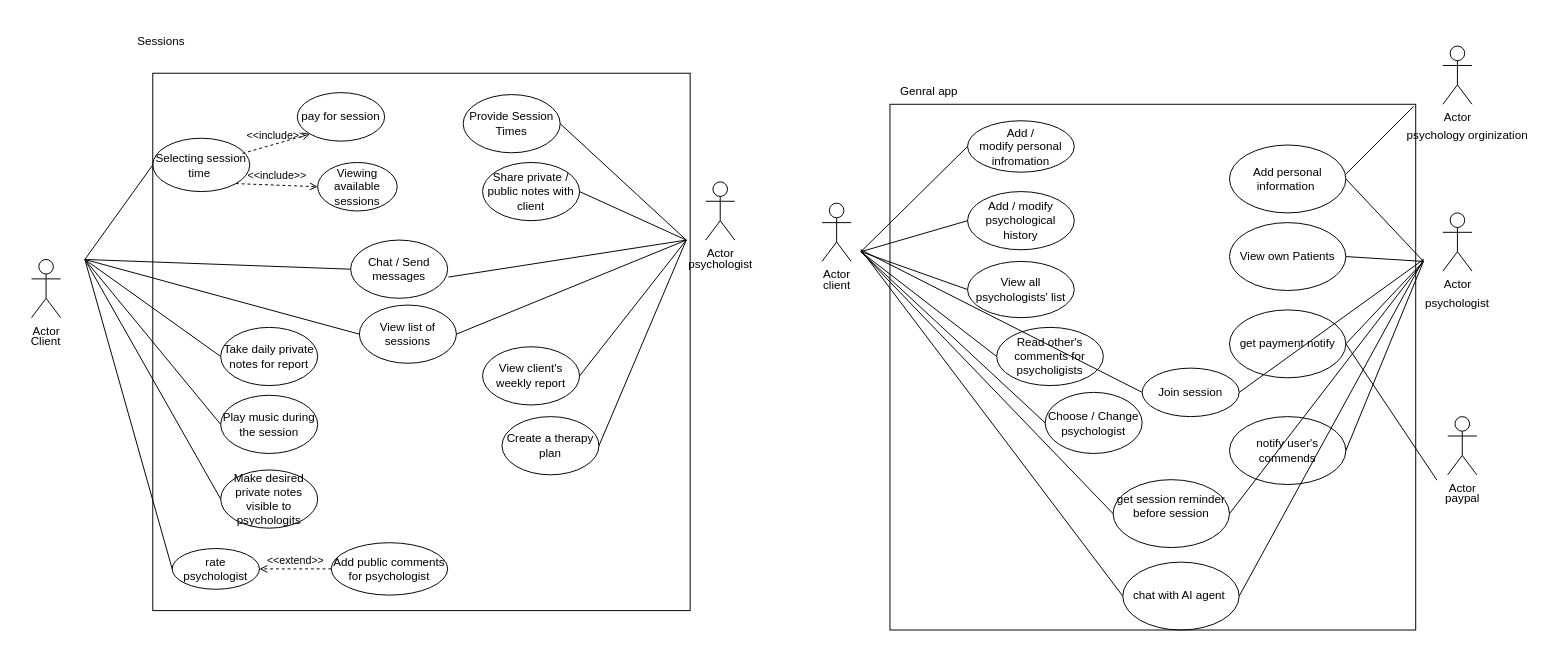
This is uml.drawio from kiananasiri/MyProcessor, a draw.io file, before an edit. Source tidied: cells renumbered, new cells numbered last; positions are measured from the earlier drawing's top-left corner, leaving out a move shared by most shapes. Both pictures are drawn from the tidied source at 97%, with x=0, y=0 at pixel (16, 26).
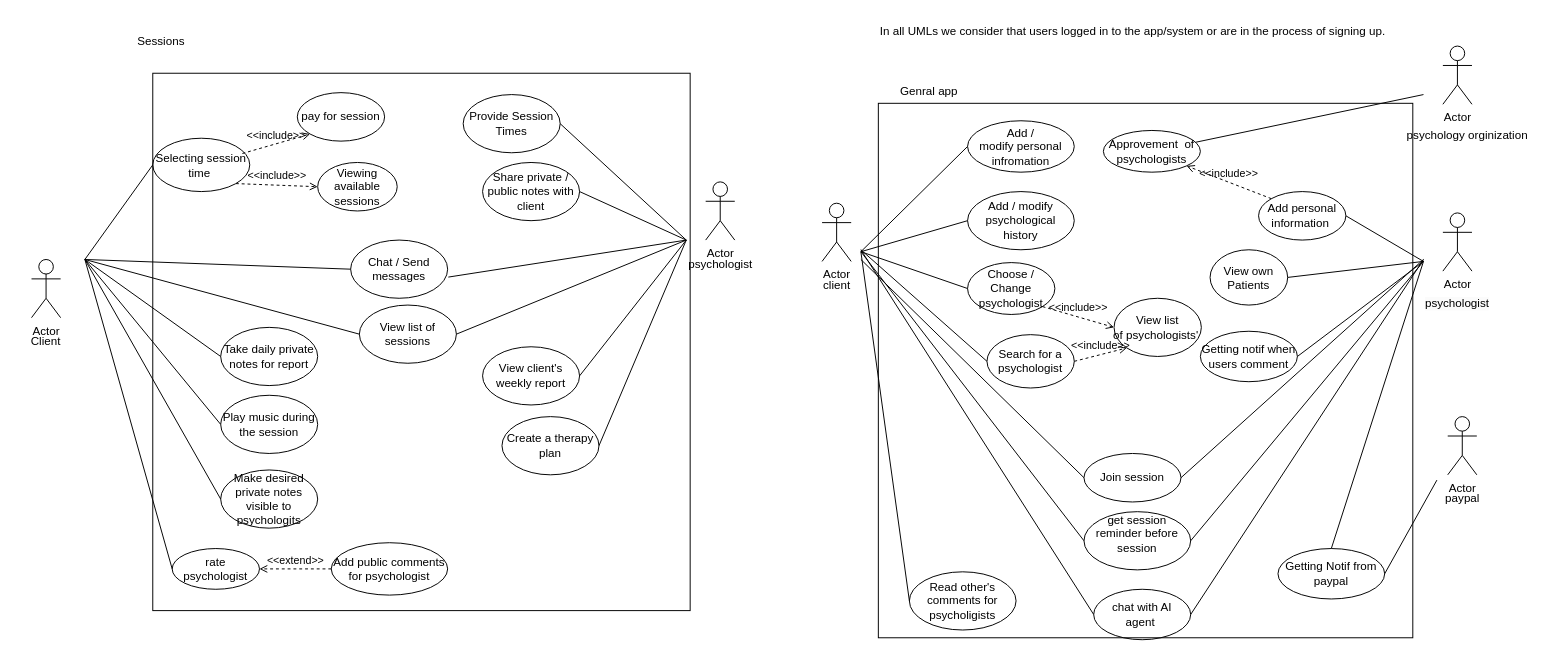
After the change.

Diff of the diagram source:
```diff
@@
     <mxCell id="29" style="whiteSpace=wrap;html=1;fillColor=none;" parent="1" vertex="1">
-      <mxGeometry x="900" y="80" width="542" height="542" as="geometry" />
+      <mxGeometry x="888" y="79" width="551" height="551" as="geometry" />
     </mxCell>
@@
-    <mxCell id="37" value="View all&lt;div&gt;&amp;nbsp;psychologists' list&amp;nbsp;&lt;/div&gt;" style="ellipse;whiteSpace=wrap;html=1;fillColor=none;" parent="1" vertex="1">
-      <mxGeometry x="980" y="242" width="110" height="58" as="geometry" />
+    <mxCell id="37" value="View list of&amp;nbsp;&lt;span style=&quot;background-color: initial;&quot;&gt;psychologists'&amp;nbsp;&lt;/span&gt;" style="ellipse;whiteSpace=wrap;html=1;fillColor=none;" parent="1" vertex="1">
+      <mxGeometry x="1131" y="280" width="90" height="60" as="geometry" />
     </mxCell>
     <mxCell id="38" value="Read other's comments for psycholigists" style="ellipse;whiteSpace=wrap;html=1;fillColor=none;" parent="1" vertex="1">
-      <mxGeometry x="1010" y="310" width="110" height="60" as="geometry" />
+      <mxGeometry x="920" y="562" width="110" height="60" as="geometry" />
     </mxCell>
@@
     <mxCell id="41" value="Add personal information&amp;nbsp;" style="ellipse;whiteSpace=wrap;html=1;fillColor=none;" parent="1" vertex="1">
-      <mxGeometry x="1250" y="122" width="120" height="70" as="geometry" />
+      <mxGeometry x="1280" y="170" width="90" height="50" as="geometry" />
     </mxCell>
     <mxCell id="42" value="View own Patients" style="ellipse;whiteSpace=wrap;html=1;fillColor=none;" parent="1" vertex="1">
-      <mxGeometry x="1250" y="202" width="120" height="70" as="geometry" />
+      <mxGeometry x="1230" y="230" width="80" height="57" as="geometry" />
     </mxCell>
-    <mxCell id="43" value="get payment notify" style="ellipse;whiteSpace=wrap;html=1;fillColor=none;" parent="1" vertex="1">
-      <mxGeometry x="1250" y="292" width="120" height="70" as="geometry" />
+    <mxCell id="43" value="Getting Notif from paypal" style="ellipse;whiteSpace=wrap;html=1;fillColor=none;" parent="1" vertex="1">
+      <mxGeometry x="1300" y="538" width="110" height="52" as="geometry" />
     </mxCell>
-    <mxCell id="44" value="notify user's commends" style="ellipse;whiteSpace=wrap;html=1;fillColor=none;" parent="1" vertex="1">
-      <mxGeometry x="1250" y="402" width="120" height="70" as="geometry" />
+    <mxCell id="44" value="Getting notif when users comment" style="ellipse;whiteSpace=wrap;html=1;fillColor=none;" parent="1" vertex="1">
+      <mxGeometry x="1220" y="314" width="100" height="52" as="geometry" />
     </mxCell>
@@
-    <mxCell id="47" style="endArrow=none;html=1;rounded=0;entryX=0;entryY=0.5;entryDx=0;entryDy=0;" parent="1" edge="1" target="37">
-      <mxGeometry relative="1" as="geometry">
-        <mxPoint x="870" y="232" as="sourcePoint" />
-      </mxGeometry>
-    </mxCell>
@@
-    <mxCell id="51" style="endArrow=none;html=1;rounded=0;exitX=1;exitY=0.5;exitDx=0;exitDy=0;" parent="1" edge="1" source="43">
+    <mxCell id="51" style="endArrow=none;html=1;rounded=0;exitX=0.5;exitY=0;exitDx=0;exitDy=0;" parent="1" edge="1" source="43">
       <mxGeometry relative="1" as="geometry">
         <mxPoint x="1450" y="242" as="targetPoint" />
       </mxGeometry>
     </mxCell>
@@
-    <mxCell id="57" style="endArrow=none;html=1;rounded=0;" parent="1" edge="1">
+    <mxCell id="57" style="endArrow=none;html=1;rounded=0;" parent="1" edge="1" target="77">
       <mxGeometry relative="1" as="geometry">
-        <mxPoint x="1370" y="152" as="sourcePoint" />
-        <mxPoint x="1440" y="82" as="targetPoint" />
+        <mxPoint x="1450" y="70" as="sourcePoint" />
       </mxGeometry>
     </mxCell>
@@
     <mxCell id="62" value="Choose / Change psychologist" style="ellipse;whiteSpace=wrap;html=1;fillColor=none;" parent="1" vertex="1">
-      <mxGeometry x="1060" y="377" width="100" height="63" as="geometry" />
+      <mxGeometry x="980" y="243.2" width="90" height="53.5" as="geometry" />
     </mxCell>
@@
     <mxCell id="64" value="get session reminder before session&lt;div&gt;&amp;nbsp;&lt;/div&gt;" style="ellipse;whiteSpace=wrap;html=1;fillColor=none;" parent="1" vertex="1">
-      <mxGeometry x="1130" y="467" width="120" height="70" as="geometry" />
+      <mxGeometry x="1100" y="500" width="110" height="60" as="geometry" />
     </mxCell>
@@
     <mxCell id="67" value="&lt;div&gt;chat with AI agent&amp;nbsp;&lt;/div&gt;" style="ellipse;whiteSpace=wrap;html=1;fillColor=none;" parent="1" vertex="1">
-      <mxGeometry x="1140" y="552" width="120" height="70" as="geometry" />
+      <mxGeometry x="1110" y="580" width="100" height="52" as="geometry" />
     </mxCell>
@@
     <mxCell id="70" value="&lt;div&gt;Join session&lt;/div&gt;" style="ellipse;whiteSpace=wrap;html=1;fillColor=none;" parent="1" vertex="1">
-      <mxGeometry x="1160" y="352" width="100" height="50" as="geometry" />
+      <mxGeometry x="1100" y="440" width="100" height="50" as="geometry" />
     </mxCell>
@@
-    <mxCell id="72" style="endArrow=none;html=1;rounded=0;entryX=0;entryY=0.5;entryDx=0;entryDy=0;" parent="1" edge="1" target="70">
-      <mxGeometry relative="1" as="geometry">
-        <mxPoint x="870" y="230" as="sourcePoint" />
-      </mxGeometry>
-    </mxCell>
@@
+    <mxCell id="77" value="Approvement&amp;nbsp; of psychologists" style="ellipse;whiteSpace=wrap;html=1;" parent="1" vertex="1">
+      <mxGeometry x="1120" y="107" width="100" height="43" as="geometry" />
+    </mxCell>
+    <mxCell id="78" value="&amp;lt;&amp;lt;include&amp;gt;&amp;gt;" style="html=1;verticalAlign=bottom;labelBackgroundColor=none;endArrow=open;endFill=0;dashed=1;rounded=0;exitX=0;exitY=0;exitDx=0;exitDy=0;entryX=1;entryY=1;entryDx=0;entryDy=0;" parent="1" edge="1" source="41" target="77">
+      <mxGeometry relative="1" as="geometry" />
+    </mxCell>
+    <mxCell id="79" value="In all UMLs we consider that users logged in to the app/system or are in the process of signing up." style="text;html=1;align=center;verticalAlign=middle;strokeColor=none;fillColor=none;" parent="1" vertex="1">
+      <mxGeometry x="880" y="-10" width="540" height="30" as="geometry" />
+    </mxCell>
+    <mxCell id="80" value="&amp;lt;&amp;lt;include&amp;gt;&amp;gt;" style="html=1;verticalAlign=bottom;labelBackgroundColor=none;endArrow=open;endFill=0;dashed=1;rounded=0;exitX=1;exitY=1;exitDx=0;exitDy=0;entryX=0;entryY=0.5;entryDx=0;entryDy=0;" parent="1" edge="1" source="62" target="37">
+      <mxGeometry relative="1" as="geometry" />
+    </mxCell>
+    <mxCell id="81" value="Search for a psychologist" style="ellipse;whiteSpace=wrap;html=1;fillColor=none;" parent="1" vertex="1">
+      <mxGeometry x="1000" y="317.5" width="90" height="55" as="geometry" />
+    </mxCell>
+    <mxCell id="82" style="endArrow=none;html=1;rounded=0;entryX=0;entryY=0.5;entryDx=0;entryDy=0;" parent="1" edge="1" target="81">
+      <mxGeometry relative="1" as="geometry">
+        <mxPoint x="870" y="230" as="sourcePoint" />
+      </mxGeometry>
+    </mxCell>
+    <mxCell id="83" value="&amp;lt;&amp;lt;include&amp;gt;&amp;gt;" style="html=1;verticalAlign=bottom;labelBackgroundColor=none;endArrow=open;endFill=0;dashed=1;rounded=0;exitX=1;exitY=0.5;exitDx=0;exitDy=0;entryX=0;entryY=1;entryDx=0;entryDy=0;" parent="1" edge="1" source="81" target="37">
+      <mxGeometry relative="1" as="geometry" />
+    </mxCell>
+    <mxCell id="84" style="endArrow=none;html=1;rounded=0;entryX=0;entryY=0.5;entryDx=0;entryDy=0;" parent="1" edge="1" target="70">
+      <mxGeometry relative="1" as="geometry">
+        <mxPoint x="870" y="240" as="sourcePoint" />
+      </mxGeometry>
+    </mxCell>
```
